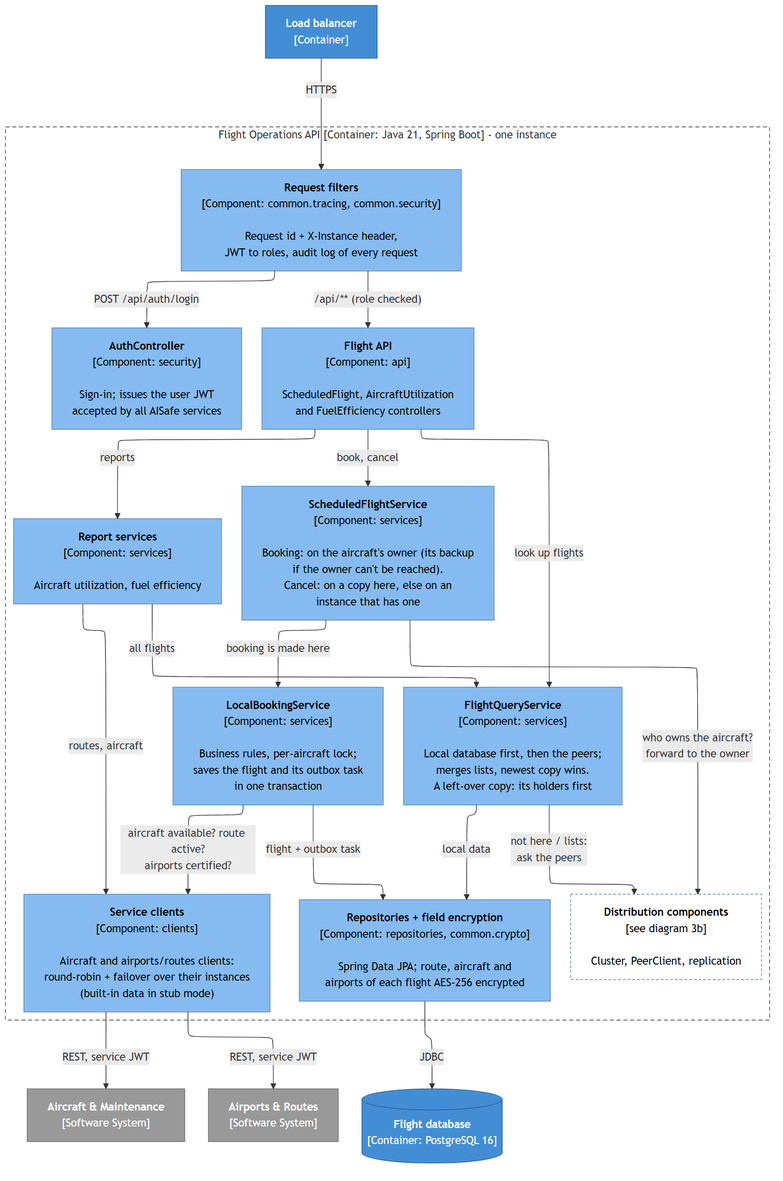
This is docs/c4/3a-components-requests.png from ImJay1527/flight-operations-service, a Mermaid export, as it was before one commit. Its source is kept beside it as docs/c4/3a-components-requests.mmd.
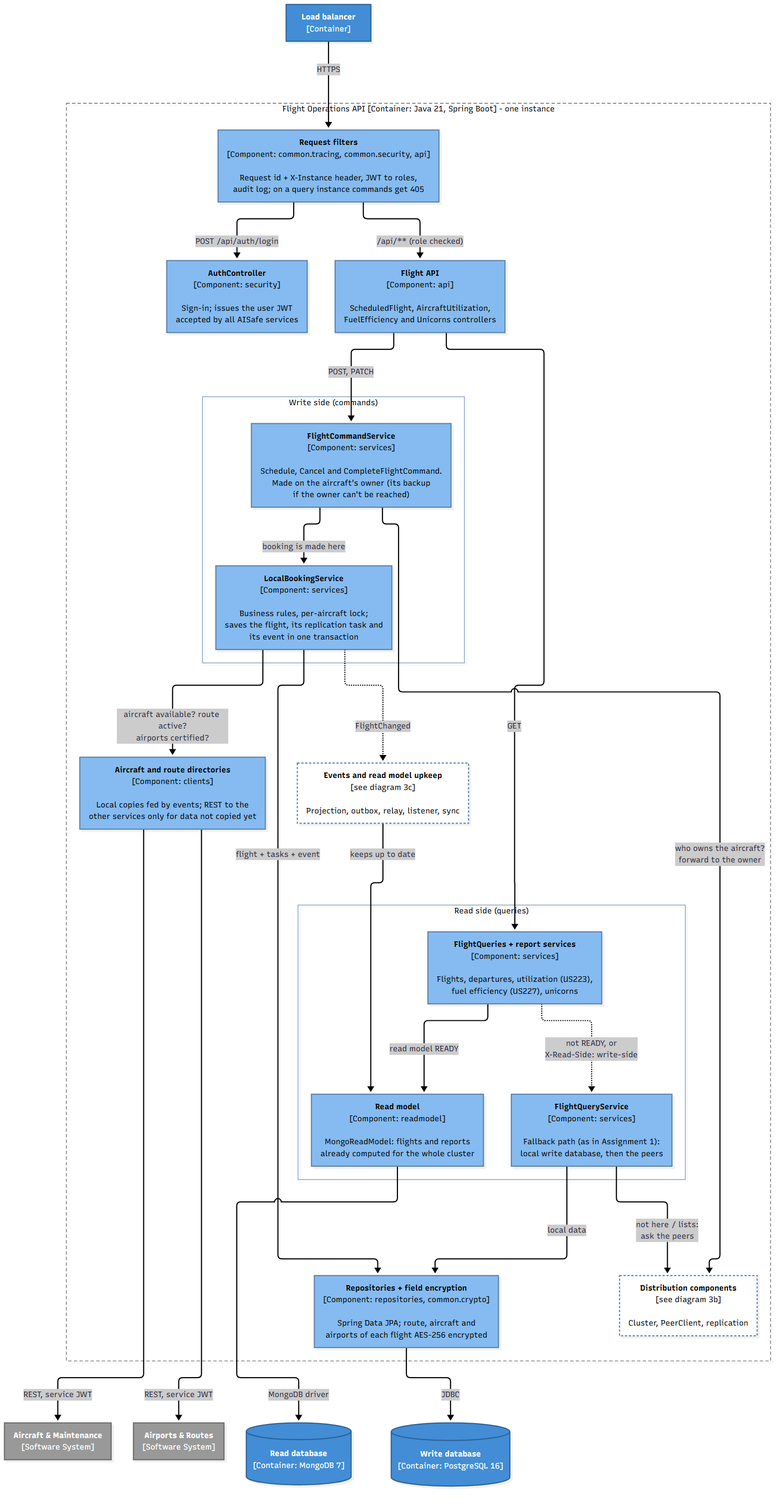
Above is the later version.

Commit message:
Bring the C4 model up to Assignment 2

The edit, as a diff of the source:
```diff
@@ -9,36 +9,50 @@
 
     subgraph API["Flight Operations API [Container: Java 21, Spring Boot] - one instance"]
         direction TB
-        filters["<b>Request filters</b><br/>[Component: common.tracing, common.security]<br/><br/>Request id + X-Instance header,<br/>JWT to roles, audit log of every request"]
+        filters["<b>Request filters</b><br/>[Component: common.tracing, common.security, api]<br/><br/>Request id + X-Instance header, JWT to roles,<br/>audit log; on a query instance commands get 405"]
         auth["<b>AuthController</b><br/>[Component: security]<br/><br/>Sign-in; issues the user JWT<br/>accepted by all AISafe services"]
-        flightApi["<b>Flight API</b><br/>[Component: api]<br/><br/>ScheduledFlight, AircraftUtilization<br/>and FuelEfficiency controllers"]
-        sfs["<b>ScheduledFlightService</b><br/>[Component: services]<br/><br/>Booking: on the aircraft's owner (its backup<br/>if the owner can't be reached).<br/>Cancel: on a copy here, else on an<br/>instance that has one"]
-        lbs["<b>LocalBookingService</b><br/>[Component: services]<br/><br/>Business rules, per-aircraft lock;<br/>saves the flight and its outbox task<br/>in one transaction"]
-        query["<b>FlightQueryService</b><br/>[Component: services]<br/><br/>Local database first, then the peers;<br/>merges lists, newest copy wins.<br/>A left-over copy: its holders first"]
-        reports["<b>Report services</b><br/>[Component: services]<br/><br/>Aircraft utilization, fuel efficiency"]
-        clients["<b>Service clients</b><br/>[Component: clients]<br/><br/>Aircraft and airports/routes clients:<br/>round-robin + failover over their instances<br/>(built-in data in stub mode)"]
+        flightApi["<b>Flight API</b><br/>[Component: api]<br/><br/>ScheduledFlight, AircraftUtilization,<br/>FuelEfficiency and Unicorns controllers"]
+
+        subgraph CMD["Write side (commands)"]
+            direction TB
+            commands["<b>FlightCommandService</b><br/>[Component: services]<br/><br/>Schedule, Cancel and CompleteFlightCommand.<br/>Made on the aircraft's owner (its backup<br/>if the owner can't be reached)"]
+            lbs["<b>LocalBookingService</b><br/>[Component: services]<br/><br/>Business rules, per-aircraft lock;<br/>saves the flight, its replication task and<br/>its event in one transaction"]
+        end
+
+        subgraph QRY["Read side (queries)"]
+            direction TB
+            queries["<b>FlightQueries + report services</b><br/>[Component: services]<br/><br/>Flights, departures, utilization (US223),<br/>fuel efficiency (US227), unicorns"]
+            readModel["<b>Read model</b><br/>[Component: readmodel]<br/><br/>MongoReadModel: flights and reports<br/>already computed for the whole cluster"]
+            fallback["<b>FlightQueryService</b><br/>[Component: services]<br/><br/>Fallback path (as in Assignment 1):<br/>local write database, then the peers"]
+        end
+
+        clients["<b>Aircraft and route directories</b><br/>[Component: clients]<br/><br/>Local copies fed by events; REST to the<br/>other services only for data not copied yet"]
         repos["<b>Repositories + field encryption</b><br/>[Component: repositories, common.crypto]<br/><br/>Spring Data JPA; route, aircraft and<br/>airports of each flight AES-256 encrypted"]
         dist["<b>Distribution components</b><br/>[see diagram 3b]<br/><br/>Cluster, PeerClient, replication"]
+        events["<b>Events and read model upkeep</b><br/>[see diagram 3c]<br/><br/>Projection, outbox, relay, listener, sync"]
     end
 
-    db[("<b>Flight database</b><br/>[Container: PostgreSQL 16]")]
+    db[("<b>Write database</b><br/>[Container: PostgreSQL 16]")]
+    rdb[("<b>Read database</b><br/>[Container: MongoDB 7]")]
     am["<b>Aircraft & Maintenance</b><br/>[Software System]"]
     ar["<b>Airports & Routes</b><br/>[Software System]"]
 
     lb -->|"HTTPS"| filters
     filters -->|"POST /api/auth/login"| auth
     filters -->|"/api/** (role checked)"| flightApi
-    flightApi -->|"book, cancel"| sfs
-    flightApi -->|"look up flights"| query
-    flightApi -->|"reports"| reports
-    sfs -->|"who owns the aircraft?<br/>forward to the owner"| dist
-    sfs -->|"booking is made here"| lbs
+    flightApi -->|"POST, PATCH"| commands
+    flightApi -->|"GET"| queries
+    commands -->|"who owns the aircraft?<br/>forward to the owner"| dist
+    commands -->|"booking is made here"| lbs
     lbs -->|"aircraft available? route active?<br/>airports certified?"| clients
-    lbs -->|"flight + outbox task"| repos
-    query -->|"local data"| repos
-    query -->|"not here / lists:<br/>ask the peers"| dist
-    reports -->|"all flights"| query
-    reports -->|"routes, aircraft"| clients
+    lbs -->|"flight + tasks + event"| repos
+    lbs -.->|"FlightChanged"| events
+    queries -->|"read model READY"| readModel
+    queries -.->|"not READY, or<br/>X-Read-Side: write-side"| fallback
+    fallback -->|"local data"| repos
+    fallback -->|"not here / lists:<br/>ask the peers"| dist
+    events -->|"keeps up to date"| readModel
+    readModel -->|"MongoDB driver"| rdb
     repos -->|"JDBC"| db
     clients -->|"REST, service JWT"| am
     clients -->|"REST, service JWT"| ar
@@ -47,8 +61,10 @@
     classDef container fill:#438dd5,stroke:#2e6295,color:#ffffff
     classDef external fill:#999999,stroke:#6b6b6b,color:#ffffff
     classDef elsewhere fill:#ffffff,stroke:#5d82a8,color:#000000,stroke-dasharray:4 3
-    class filters,auth,flightApi,sfs,lbs,query,reports,clients,repos component
-    class dist elsewhere
-    class lb,db container
+    class filters,auth,flightApi,commands,lbs,queries,readModel,fallback,clients,repos component
+    class dist,events elsewhere
+    class lb,db,rdb container
     class am,ar external
     style API fill:none,stroke:#444444,stroke-dasharray:6 4
+    style CMD fill:none,stroke:#5d82a8
+    style QRY fill:none,stroke:#5d82a8
```
